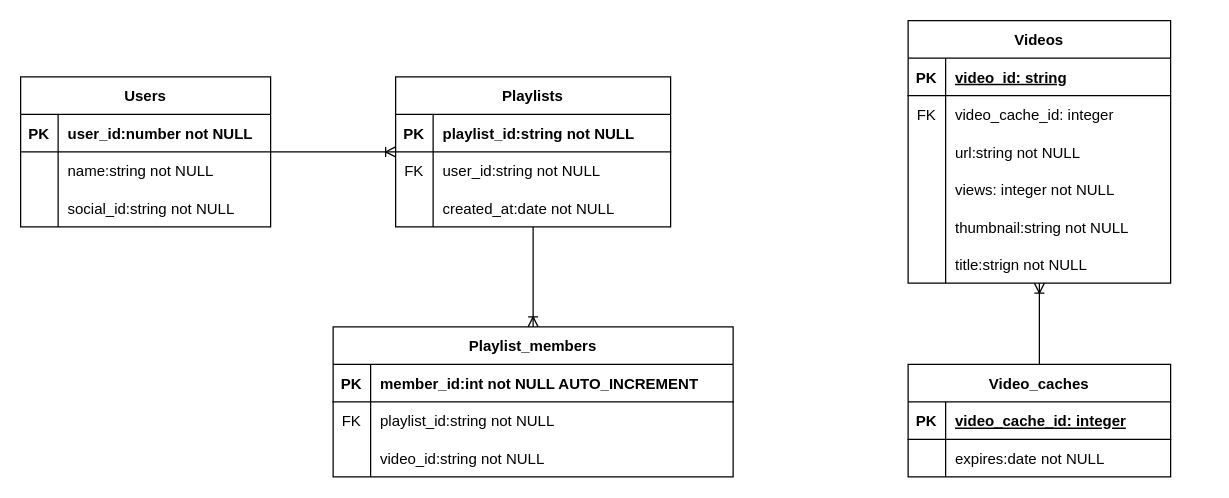
Earlier version of the draw.io diagram docs/er.drawio (toki0902/psApp_Nextjs). Source tidied: cells renumbered, new cells numbered last; positions are measured from the earlier drawing's top-left corner, leaving out a move shared by most shapes. Both pictures are drawn from the tidied source at 125%, with x=0, y=0 at pixel (20, 20).
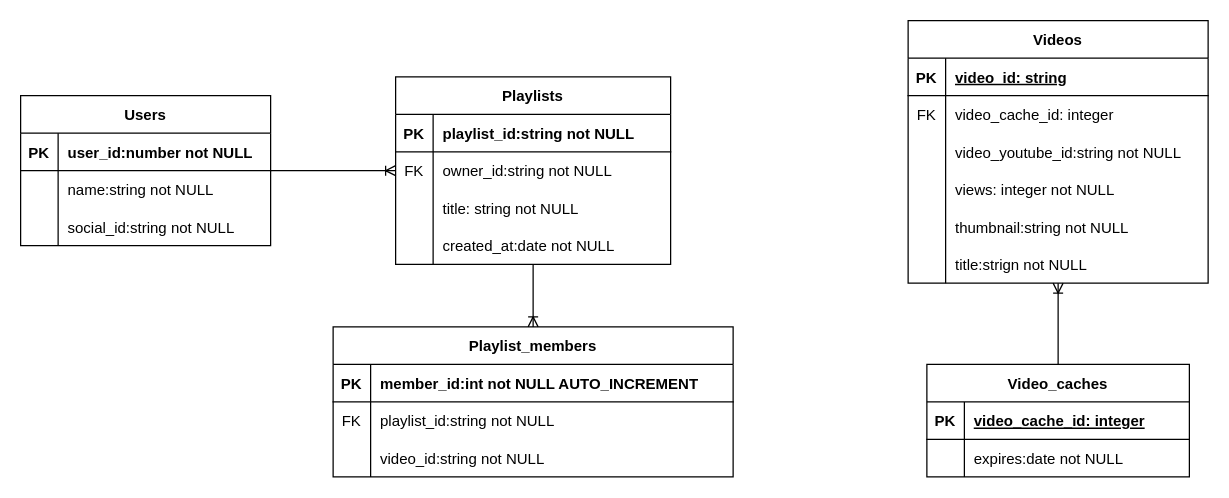
The same page after the edit.

Unchanged cells that the change refers to:
```xml
<mxCell id="18" style="shape=tableRow;horizontal=0;startSize=0;swimlaneHead=0;swimlaneBody=0;fillColor=none;top=0;left=0;right=0;bottom=0;" parent="14" vertex="1">
  <mxGeometry y="60" width="220" height="30" as="geometry" />
</mxCell>
```

Diff of the diagram source:
```diff
@@
     <mxCell id="4" value="Users" style="shape=table;startSize=30;childLayout=tableLayout;rowLines=0;fontStyle=1;align=center;" parent="1" vertex="1">
-      <mxGeometry y="45" width="200" height="120" as="geometry" />
+      <mxGeometry y="60" width="200" height="120" as="geometry" />
     </mxCell>
@@
     <mxCell id="14" value="Playlists" style="shape=table;startSize=30;childLayout=tableLayout;rowLines=0;fontStyle=1;align=center;" parent="1" vertex="1">
-      <mxGeometry x="300" y="45" width="220" height="120" as="geometry" />
+      <mxGeometry x="300" y="45" width="220" height="150" as="geometry" />
     </mxCell>
@@
-    <mxCell id="20" value="user_id:string not NULL" style="shape=partialRectangle;fillColor=none;top=0;left=0;bottom=0;right=0;align=left;spacingLeft=6;overflow=hidden;" parent="18" vertex="1">
+    <mxCell id="20" value="owner_id:string not NULL" style="shape=partialRectangle;fillColor=none;top=0;left=0;bottom=0;right=0;align=left;spacingLeft=6;overflow=hidden;" parent="18" vertex="1">
       <mxGeometry x="30" width="190" height="30" as="geometry" />
     </mxCell>
+    <mxCell id="61" style="shape=tableRow;horizontal=0;startSize=0;swimlaneHead=0;swimlaneBody=0;fillColor=none;top=0;left=0;right=0;bottom=0;" parent="14" vertex="1">
+      <mxGeometry y="90" width="220" height="30" as="geometry" />
+    </mxCell>
+    <mxCell id="62" style="shape=partialRectangle;fillColor=none;top=0;left=0;bottom=0;right=0;overflow=hidden;" parent="61" vertex="1">
+      <mxGeometry width="30" height="30" as="geometry" />
+    </mxCell>
+    <mxCell id="63" value="title: string not NULL" style="shape=partialRectangle;fillColor=none;top=0;left=0;bottom=0;right=0;align=left;spacingLeft=6;overflow=hidden;" parent="61" vertex="1">
+      <mxGeometry x="30" width="190" height="30" as="geometry" />
+    </mxCell>
     <mxCell id="21" style="shape=tableRow;horizontal=0;startSize=0;swimlaneHead=0;swimlaneBody=0;fillColor=none;top=0;left=0;right=0;bottom=0;" parent="14" vertex="1">
-      <mxGeometry y="90" width="220" height="30" as="geometry" />
+      <mxGeometry y="120" width="220" height="30" as="geometry" />
     </mxCell>
@@
     <mxCell id="34" value="Videos" style="shape=table;startSize=30;childLayout=tableLayout;rowLines=0;fontStyle=1;align=center;" parent="1" vertex="1">
-      <mxGeometry x="710" width="210" height="210" as="geometry" />
+      <mxGeometry x="710" width="240" height="210" as="geometry" />
     </mxCell>
     <mxCell id="35" style="shape=tableRow;horizontal=0;startSize=0;swimlaneHead=0;swimlaneBody=0;fillColor=none;top=0;left=0;right=0;bottom=1;" parent="34" vertex="1">
-      <mxGeometry y="30" width="210" height="30" as="geometry" />
+      <mxGeometry y="30" width="240" height="30" as="geometry" />
     </mxCell>
@@
     <mxCell id="37" value="video_id: string" style="shape=partialRectangle;fillColor=none;top=0;left=0;bottom=0;right=0;align=left;spacingLeft=6;fontStyle=5;overflow=hidden;" parent="35" vertex="1">
-      <mxGeometry x="30" width="180" height="30" as="geometry" />
+      <mxGeometry x="30" width="210" height="30" as="geometry" />
     </mxCell>
     <mxCell id="38" style="shape=tableRow;horizontal=0;startSize=0;swimlaneHead=0;swimlaneBody=0;fillColor=none;top=0;left=0;right=0;bottom=0;" parent="34" vertex="1">
-      <mxGeometry y="60" width="210" height="30" as="geometry" />
+      <mxGeometry y="60" width="240" height="30" as="geometry" />
     </mxCell>
@@
     <mxCell id="40" value="video_cache_id: integer" style="shape=partialRectangle;fillColor=none;top=0;left=0;bottom=0;right=0;align=left;spacingLeft=6;overflow=hidden;" parent="38" vertex="1">
-      <mxGeometry x="30" width="180" height="30" as="geometry" />
+      <mxGeometry x="30" width="210" height="30" as="geometry" />
     </mxCell>
     <mxCell id="41" style="shape=tableRow;horizontal=0;startSize=0;swimlaneHead=0;swimlaneBody=0;fillColor=none;top=0;left=0;right=0;bottom=0;" parent="34" vertex="1">
-      <mxGeometry y="90" width="210" height="30" as="geometry" />
+      <mxGeometry y="90" width="240" height="30" as="geometry" />
     </mxCell>
@@
-    <mxCell id="43" value="url:string not NULL" style="shape=partialRectangle;fillColor=none;top=0;left=0;bottom=0;right=0;align=left;spacingLeft=6;overflow=hidden;" parent="41" vertex="1">
-      <mxGeometry x="30" width="180" height="30" as="geometry" />
+    <mxCell id="43" value="video_youtube_id:string not NULL" style="shape=partialRectangle;fillColor=none;top=0;left=0;bottom=0;right=0;align=left;spacingLeft=6;overflow=hidden;" parent="41" vertex="1">
+      <mxGeometry x="30" width="210" height="30" as="geometry" />
     </mxCell>
     <mxCell id="44" style="shape=tableRow;horizontal=0;startSize=0;swimlaneHead=0;swimlaneBody=0;fillColor=none;top=0;left=0;right=0;bottom=0;" parent="34" vertex="1">
-      <mxGeometry y="120" width="210" height="30" as="geometry" />
+      <mxGeometry y="120" width="240" height="30" as="geometry" />
     </mxCell>
@@
     <mxCell id="46" value="views: integer not NULL" style="shape=partialRectangle;fillColor=none;top=0;left=0;bottom=0;right=0;align=left;spacingLeft=6;overflow=hidden;" parent="44" vertex="1">
-      <mxGeometry x="30" width="180" height="30" as="geometry" />
+      <mxGeometry x="30" width="210" height="30" as="geometry" />
     </mxCell>
     <mxCell id="47" style="shape=tableRow;horizontal=0;startSize=0;swimlaneHead=0;swimlaneBody=0;fillColor=none;top=0;left=0;right=0;bottom=0;" parent="34" vertex="1">
-      <mxGeometry y="150" width="210" height="30" as="geometry" />
+      <mxGeometry y="150" width="240" height="30" as="geometry" />
     </mxCell>
@@
     <mxCell id="49" value="thumbnail:string not NULL" style="shape=partialRectangle;fillColor=none;top=0;left=0;bottom=0;right=0;align=left;spacingLeft=6;overflow=hidden;" parent="47" vertex="1">
-      <mxGeometry x="30" width="180" height="30" as="geometry" />
+      <mxGeometry x="30" width="210" height="30" as="geometry" />
     </mxCell>
     <mxCell id="50" style="shape=tableRow;horizontal=0;startSize=0;swimlaneHead=0;swimlaneBody=0;fillColor=none;top=0;left=0;right=0;bottom=0;" parent="34" vertex="1">
-      <mxGeometry y="180" width="210" height="30" as="geometry" />
+      <mxGeometry y="180" width="240" height="30" as="geometry" />
     </mxCell>
@@
     <mxCell id="52" value="title:strign not NULL" style="shape=partialRectangle;fillColor=none;top=0;left=0;bottom=0;right=0;align=left;spacingLeft=6;overflow=hidden;" parent="50" vertex="1">
-      <mxGeometry x="30" width="180" height="30" as="geometry" />
+      <mxGeometry x="30" width="210" height="30" as="geometry" />
     </mxCell>
     <mxCell id="53" value="Video_caches" style="shape=table;startSize=30;childLayout=tableLayout;rowLines=0;fontStyle=1;align=center;" parent="1" vertex="1">
-      <mxGeometry x="710" y="275" width="210" height="90" as="geometry" />
+      <mxGeometry x="725" y="275" width="210" height="90" as="geometry" />
     </mxCell>
```
